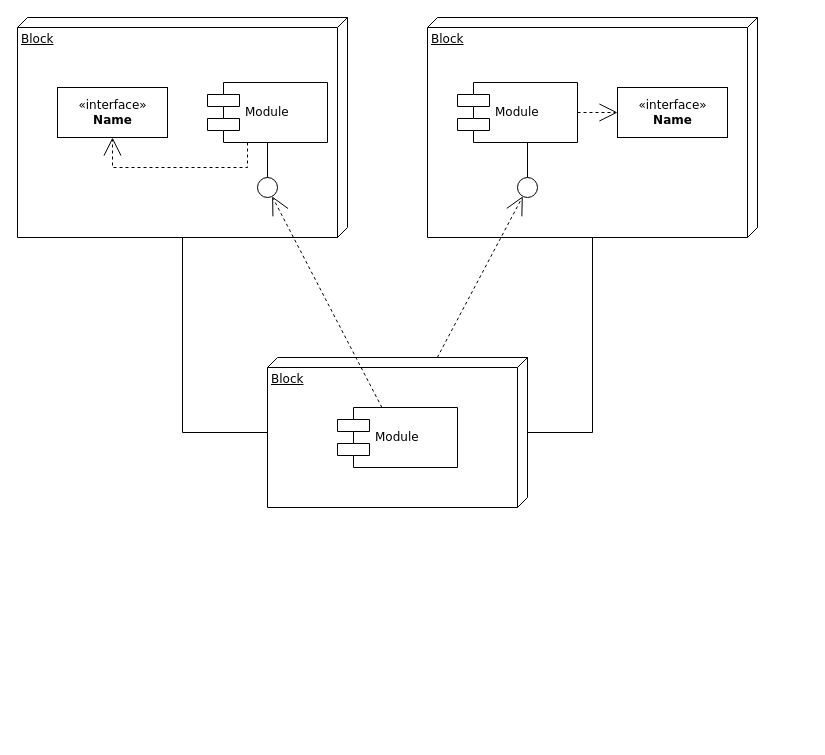
fpientka/test keeps this draw.io diagram as page "Page-1" (1 of 5) of kata.drawio. Above is the earlier version. Source tidied: cells renumbered, new cells numbered last; positions are measured from the earlier drawing's top-left corner, leaving out a move shared by most shapes. Both pictures are drawn from the tidied source at 100%, with x=0, y=0 at pixel (17, 17).
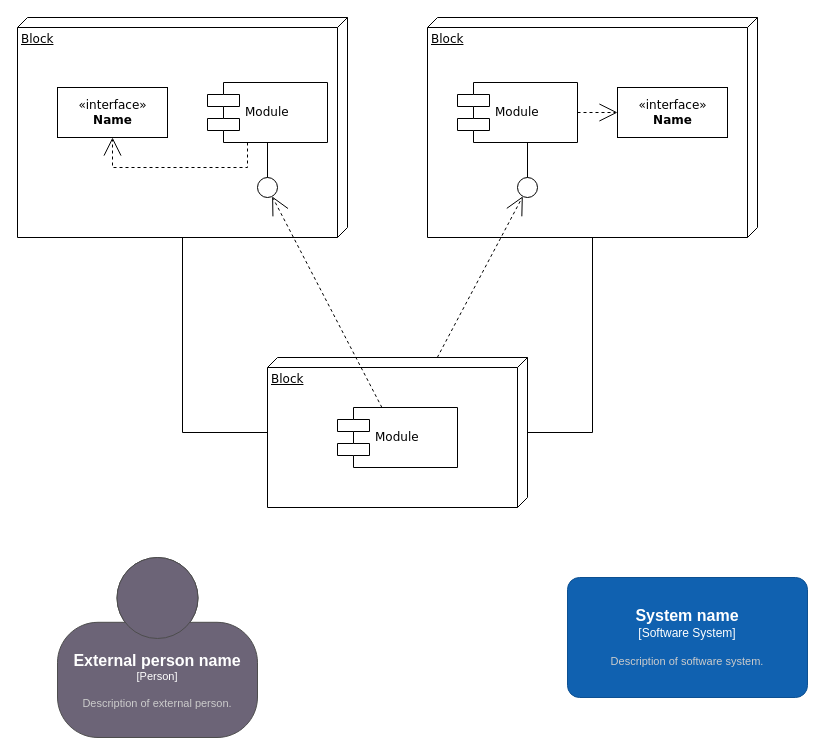
The same page after the edit.

What changed in the source:
```diff
@@
+    <object id="20" label="&lt;font style=&quot;font-size: 16px&quot;&gt;&lt;b&gt;%c4Name%&lt;/b&gt;&lt;/font&gt;&lt;div&gt;[%c4Type%]&lt;/div&gt;&lt;br&gt;&lt;div&gt;&lt;font style=&quot;font-size: 11px&quot;&gt;&lt;font color=&quot;#cccccc&quot;&gt;%c4Description%&lt;/font&gt;&lt;/div&gt;" c4Description="Description of external person." c4Name="External person name" c4Type="Person" placeholders="1">
+      <mxCell style="html=1;fontSize=11;dashed=0;whiteSpace=wrap;fillColor=#6C6477;strokeColor=#4D4D4D;fontColor=#ffffff;shape=mxgraph.c4.person2;align=center;" parent="1" vertex="1">
+        <mxGeometry x="40" y="540" width="200" height="180" as="geometry" />
+      </mxCell>
+    </object>
+    <object id="21" label="&lt;font style=&quot;font-size: 16px&quot;&gt;&lt;b&gt;%c4Name%&lt;/b&gt;&lt;/font&gt;&lt;div&gt;[%c4Type%]&lt;/div&gt;&lt;br&gt;&lt;div&gt;&lt;font style=&quot;font-size: 11px&quot;&gt;&lt;font color=&quot;#cccccc&quot;&gt;%c4Description%&lt;/font&gt;&lt;/div&gt;" c4Description="Description of software system." c4Name="System name" c4Type="Software System" placeholders="1">
+      <mxCell style="rounded=1;whiteSpace=wrap;html=1;labelBackgroundColor=none;fillColor=#1061B0;fontColor=#ffffff;align=center;arcSize=10;strokeColor=#0D5091;" parent="1" vertex="1">
+        <mxGeometry x="550" y="560" width="240" height="120" as="geometry" />
+      </mxCell>
+    </object>
```
